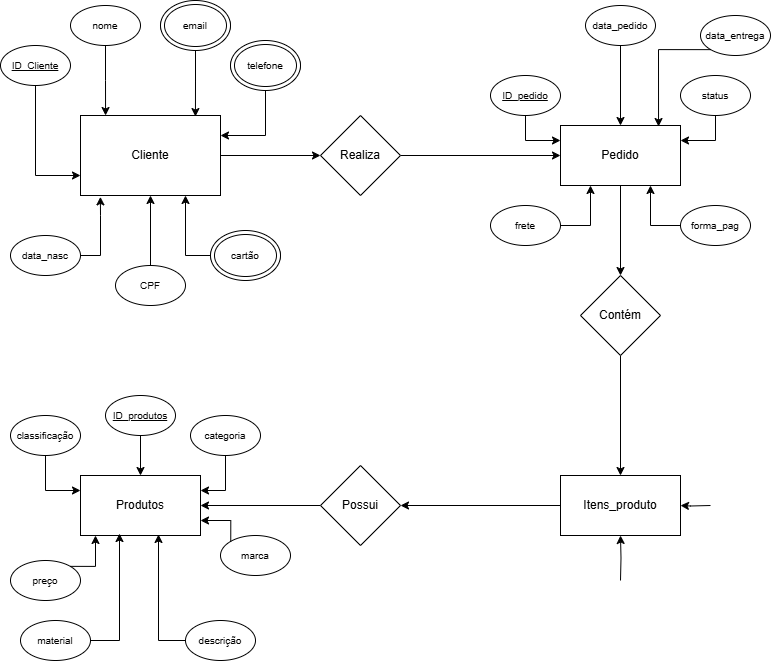
Before: Diagrama sem nome.drawio.png, a diagram exported from draw.io (kahn-arwen/Diagramas_bcd). Source tidied: cells renumbered, new cells last; positions are measured from the earlier drawing's top-left corner, leaving out a move shared by most shapes.
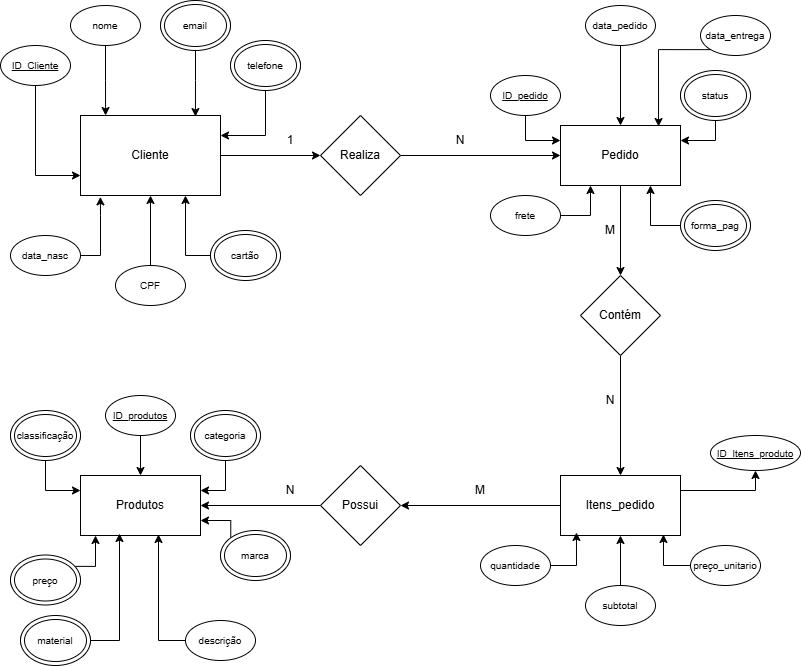
Above is the later version.

What changed in the source:
```diff
@@ -34,7 +34,10 @@
     <mxCell id="11" style="edgeStyle=orthogonalEdgeStyle;rounded=0;jettySize=auto;html=1;" parent="1" edge="1" source="12" target="14">
       <mxGeometry relative="1" as="geometry" />
     </mxCell>
+    <mxCell id="61" style="edgeStyle=orthogonalEdgeStyle;rounded=0;jettySize=auto;html=1;exitX=1;exitY=0.25;exitDx=0;exitDy=0;entryX=0.5;entryY=1;entryDx=0;entryDy=0;" parent="1" edge="1" source="12" target="73">
+      <mxGeometry relative="1" as="geometry" />
+    </mxCell>
-    <mxCell id="12" value="Itens_produto" style="rounded=0;whiteSpace=wrap;html=1;" parent="1" vertex="1">
+    <mxCell id="12" value="Itens_pedido" style="rounded=0;whiteSpace=wrap;html=1;" parent="1" vertex="1">
       <mxGeometry x="560" y="475" width="120" height="60" as="geometry" />
     </mxCell>
     <mxCell id="13" style="edgeStyle=orthogonalEdgeStyle;rounded=0;jettySize=auto;html=1;entryX=1;entryY=0.5;entryDx=0;entryDy=0;" parent="1" edge="1" source="14" target="15">
@@ -113,7 +116,7 @@
       <mxGeometry relative="1" as="geometry" />
     </mxCell>
     <mxCell id="38" value="&lt;span style=&quot;font-size: 10px;&quot;&gt;frete&lt;/span&gt;" style="ellipse;whiteSpace=wrap;html=1;" parent="1" vertex="1">
-      <mxGeometry x="490" y="205" width="70" height="40" as="geometry" />
+      <mxGeometry x="490" y="195" width="70" height="40" as="geometry" />
     </mxCell>
     <mxCell id="39" style="edgeStyle=orthogonalEdgeStyle;rounded=0;jettySize=auto;html=1;exitX=0;exitY=0.5;exitDx=0;exitDy=0;entryX=0.75;entryY=1;entryDx=0;entryDy=0;" parent="1" edge="1" source="40" target="8">
       <mxGeometry relative="1" as="geometry" />
@@ -124,16 +127,6 @@
     <mxCell id="41" style="edgeStyle=orthogonalEdgeStyle;rounded=0;jettySize=auto;html=1;exitX=0;exitY=1;exitDx=0;exitDy=0;entryX=0.817;entryY=0.017;entryDx=0;entryDy=0;entryPerimeter=0;" parent="1" edge="1" source="34" target="8">
       <mxGeometry relative="1" as="geometry" />
     </mxCell>
-    <mxCell id="42" style="edgeStyle=orthogonalEdgeStyle;rounded=0;jettySize=auto;html=1;" parent="1" edge="1" target="12">
-      <mxGeometry relative="1" as="geometry">
-        <mxPoint x="710" y="505" as="sourcePoint" />
-      </mxGeometry>
-    </mxCell>
-    <mxCell id="43" style="edgeStyle=orthogonalEdgeStyle;rounded=0;jettySize=auto;html=1;" parent="1" edge="1" target="12">
-      <mxGeometry relative="1" as="geometry">
-        <mxPoint x="620" y="580" as="sourcePoint" />
-      </mxGeometry>
-    </mxCell>
     <mxCell id="44" style="edgeStyle=orthogonalEdgeStyle;rounded=0;jettySize=auto;html=1;" parent="1" edge="1" source="45" target="15">
       <mxGeometry relative="1" as="geometry" />
     </mxCell>
@@ -189,5 +182,65 @@
     <mxCell id="60" value="&lt;font style=&quot;font-size: 10px;&quot;&gt;email&lt;/font&gt;" style="ellipse;shape=doubleEllipse;whiteSpace=wrap;html=1;" parent="1" vertex="1">
       <mxGeometry x="160" width="70" height="50" as="geometry" />
     </mxCell>
+    <mxCell id="62" value="&lt;font style=&quot;font-size: 10px;&quot;&gt;forma_pag&lt;/font&gt;" style="ellipse;shape=doubleEllipse;whiteSpace=wrap;html=1;" parent="1" vertex="1">
+      <mxGeometry x="680" y="200" width="70" height="50" as="geometry" />
+    </mxCell>
+    <mxCell id="63" value="&lt;font style=&quot;font-size: 10px;&quot;&gt;status&lt;/font&gt;" style="ellipse;shape=doubleEllipse;whiteSpace=wrap;html=1;" parent="1" vertex="1">
+      <mxGeometry x="680" y="70" width="70" height="50" as="geometry" />
+    </mxCell>
+    <mxCell id="64" value="1" style="text;html=1;align=center;verticalAlign=middle;whiteSpace=wrap;rounded=0;" parent="1" vertex="1">
+      <mxGeometry x="260" y="125" width="60" height="30" as="geometry" />
+    </mxCell>
+    <mxCell id="65" value="N" style="text;html=1;align=center;verticalAlign=middle;whiteSpace=wrap;rounded=0;" parent="1" vertex="1">
+      <mxGeometry x="430" y="125" width="60" height="30" as="geometry" />
+    </mxCell>
+    <mxCell id="66" value="M" style="text;html=1;align=center;verticalAlign=middle;whiteSpace=wrap;rounded=0;" parent="1" vertex="1">
+      <mxGeometry x="580" y="215" width="60" height="30" as="geometry" />
+    </mxCell>
+    <mxCell id="67" value="N" style="text;html=1;align=center;verticalAlign=middle;whiteSpace=wrap;rounded=0;" parent="1" vertex="1">
+      <mxGeometry x="580" y="385" width="60" height="30" as="geometry" />
+    </mxCell>
+    <mxCell id="68" value="&lt;span style=&quot;font-size: 10px;&quot;&gt;categoria&lt;/span&gt;" style="ellipse;shape=doubleEllipse;whiteSpace=wrap;html=1;" parent="1" vertex="1">
+      <mxGeometry x="190" y="410" width="70" height="50" as="geometry" />
+    </mxCell>
+    <mxCell id="69" value="&lt;span style=&quot;font-size: 10px;&quot;&gt;marca&lt;/span&gt;" style="ellipse;shape=doubleEllipse;whiteSpace=wrap;html=1;" parent="1" vertex="1">
+      <mxGeometry x="220" y="530" width="70" height="50" as="geometry" />
+    </mxCell>
+    <mxCell id="70" value="&lt;span style=&quot;font-size: 10px;&quot;&gt;preço&lt;/span&gt;" style="ellipse;shape=doubleEllipse;whiteSpace=wrap;html=1;" parent="1" vertex="1">
+      <mxGeometry x="10" y="554.5" width="70" height="50" as="geometry" />
+    </mxCell>
+    <mxCell id="71" value="&lt;span style=&quot;font-size: 10px;&quot;&gt;material&lt;/span&gt;" style="ellipse;shape=doubleEllipse;whiteSpace=wrap;html=1;" parent="1" vertex="1">
+      <mxGeometry x="20" y="615" width="70" height="50" as="geometry" />
+    </mxCell>
+    <mxCell id="72" value="&lt;span style=&quot;font-size: 10px;&quot;&gt;classificação&lt;/span&gt;" style="ellipse;shape=doubleEllipse;whiteSpace=wrap;html=1;" parent="1" vertex="1">
+      <mxGeometry x="10" y="410" width="70" height="50" as="geometry" />
+    </mxCell>
+    <mxCell id="73" value="&lt;span style=&quot;font-size: 10px;&quot;&gt;&lt;u&gt;ID_Itens_produto&lt;/u&gt;&lt;/span&gt;" style="ellipse;whiteSpace=wrap;html=1;" parent="1" vertex="1">
+      <mxGeometry x="710" y="435" width="90" height="35" as="geometry" />
+    </mxCell>
+    <mxCell id="74" value="M" style="text;html=1;align=center;verticalAlign=middle;whiteSpace=wrap;rounded=0;" parent="1" vertex="1">
+      <mxGeometry x="450" y="475" width="60" height="30" as="geometry" />
+    </mxCell>
+    <mxCell id="75" value="N" style="text;html=1;align=center;verticalAlign=middle;whiteSpace=wrap;rounded=0;" parent="1" vertex="1">
+      <mxGeometry x="260" y="475" width="60" height="30" as="geometry" />
+    </mxCell>
+    <mxCell id="76" value="&lt;span style=&quot;font-size: 10px;&quot;&gt;quantidade&lt;/span&gt;" style="ellipse;whiteSpace=wrap;html=1;" parent="1" vertex="1">
+      <mxGeometry x="480" y="545" width="70" height="40" as="geometry" />
+    </mxCell>
+    <mxCell id="77" style="edgeStyle=orthogonalEdgeStyle;rounded=0;jettySize=auto;html=1;exitX=1;exitY=0.5;exitDx=0;exitDy=0;entryX=0.133;entryY=0.95;entryDx=0;entryDy=0;entryPerimeter=0;" parent="1" edge="1" source="76" target="12">
+      <mxGeometry relative="1" as="geometry" />
+    </mxCell>
+    <mxCell id="78" style="edgeStyle=orthogonalEdgeStyle;rounded=0;jettySize=auto;html=1;" parent="1" edge="1" source="79" target="12">
+      <mxGeometry relative="1" as="geometry" />
+    </mxCell>
+    <mxCell id="79" value="&lt;span style=&quot;font-size: 10px;&quot;&gt;subtotal&lt;/span&gt;" style="ellipse;whiteSpace=wrap;html=1;" parent="1" vertex="1">
+      <mxGeometry x="585" y="585" width="70" height="40" as="geometry" />
+    </mxCell>
+    <mxCell id="80" style="edgeStyle=orthogonalEdgeStyle;rounded=0;jettySize=auto;html=1;exitX=0;exitY=0.5;exitDx=0;exitDy=0;entryX=0.858;entryY=0.983;entryDx=0;entryDy=0;entryPerimeter=0;" parent="1" edge="1" source="81" target="12">
+      <mxGeometry relative="1" as="geometry" />
+    </mxCell>
+    <mxCell id="81" value="&lt;span style=&quot;font-size: 10px;&quot;&gt;preço_unitario&lt;/span&gt;" style="ellipse;whiteSpace=wrap;html=1;" parent="1" vertex="1">
+      <mxGeometry x="690" y="545" width="70" height="40" as="geometry" />
+    </mxCell>
   </root>
 </mxGraphModel>
```
